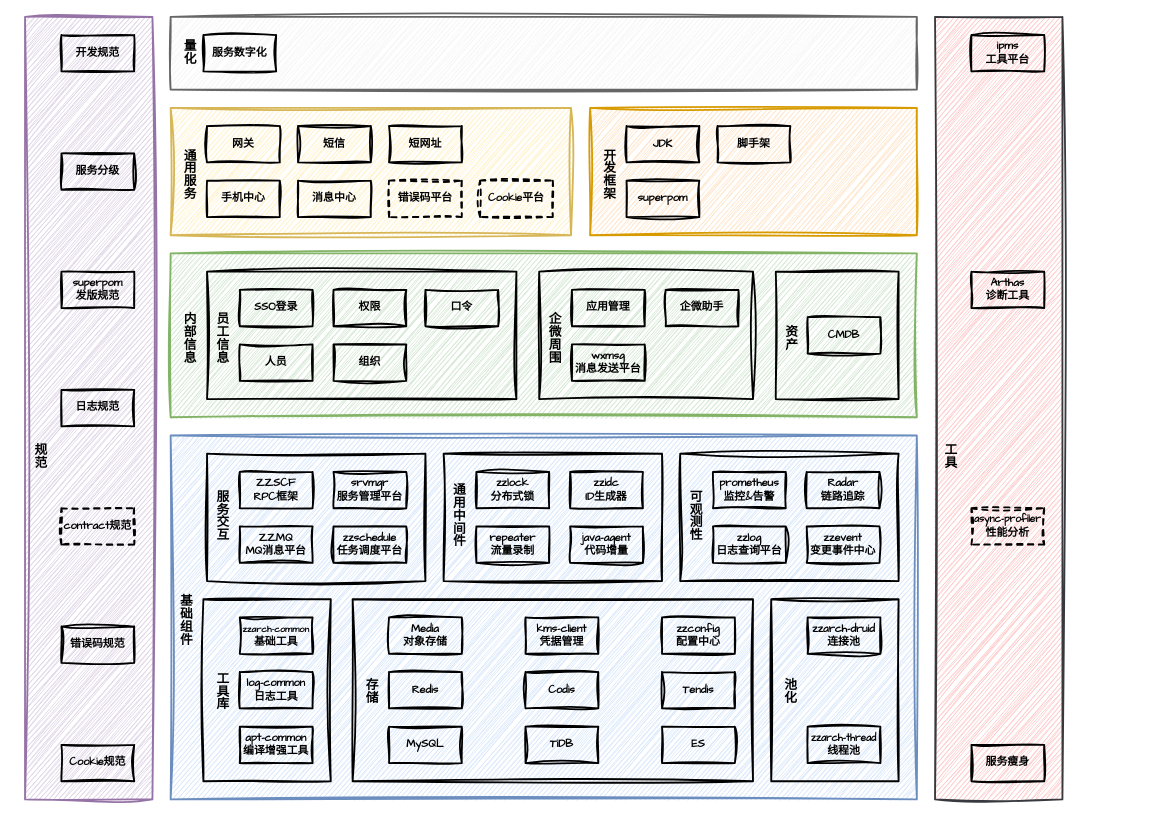
Earlier version of the draw.io diagram tech/arch/架构部技术体系.drawio (zhuanzhuan-tech/arch-draw-io). Source tidied: cells renumbered, new cells numbered last; positions are measured from the earlier drawing's top-left corner, leaving out a move shared by most shapes. Both pictures are drawn from the tidied source at 91%, with x=0, y=0 at pixel (15, 16).
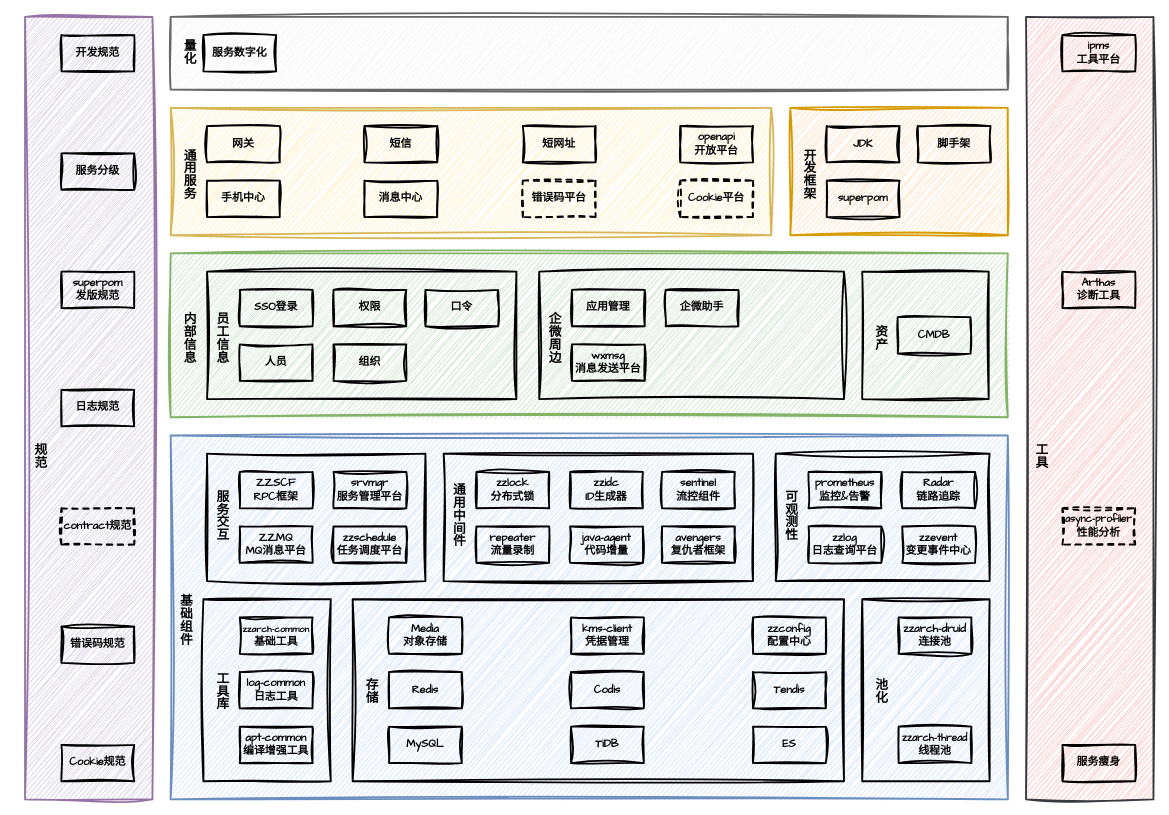
Above is the later version.

Commit message (it also covers changes not shown here):
更新架构部技术体系.drawio

Change to the diagram source:
```diff
@@
     <mxCell id="2" style="rounded=0;whiteSpace=wrap;html=1;sketch=1;hachureGap=4;jiggle=2;curveFitting=1;fontFamily=Architects Daughter;fillColor=#d5e8d4;fontStyle=0;strokeWidth=2;strokeColor=#82b366;" parent="1" vertex="1">
-      <mxGeometry x="170" y="260" width="820" height="180" as="geometry" />
+      <mxGeometry x="170" y="260" width="920" height="180" as="geometry" />
     </mxCell>
     <mxCell id="3" style="rounded=0;whiteSpace=wrap;html=1;sketch=1;hachureGap=4;jiggle=2;curveFitting=1;fontFamily=Architects Daughter;fillColor=#dae8fc;fontStyle=0;strokeWidth=2;strokeColor=#6c8ebf;" parent="1" vertex="1">
-      <mxGeometry x="170" y="460" width="820" height="400" as="geometry" />
+      <mxGeometry x="170" y="460" width="920" height="400" as="geometry" />
     </mxCell>
     <mxCell id="4" style="rounded=0;whiteSpace=wrap;html=1;sketch=1;hachureGap=4;jiggle=2;curveFitting=1;fontFamily=Architects Daughter;fillColor=none;fontStyle=0;strokeWidth=2;" parent="1" vertex="1">
-      <mxGeometry x="830" y="640" width="140" height="200" as="geometry" />
+      <mxGeometry x="930" y="640" width="140" height="200" as="geometry" />
     </mxCell>
@@
     <mxCell id="10" style="rounded=0;whiteSpace=wrap;html=1;sketch=1;hachureGap=4;jiggle=2;curveFitting=1;fontFamily=Architects Daughter;fillColor=none;fontStyle=0;strokeWidth=2;" parent="1" vertex="1">
-      <mxGeometry x="370" y="640" width="440" height="200" as="geometry" />
+      <mxGeometry x="370" y="640" width="540" height="200" as="geometry" />
     </mxCell>
@@
     <mxCell id="13" value="&lt;b&gt;TiDB&lt;/b&gt;" style="rounded=0;whiteSpace=wrap;html=1;sketch=1;hachureGap=4;jiggle=2;curveFitting=1;fontFamily=Architects Daughter;fillColor=none;strokeWidth=2;" parent="1" vertex="1">
-      <mxGeometry x="560" y="780" width="80" height="40" as="geometry" />
+      <mxGeometry x="610" y="780" width="80" height="40" as="geometry" />
     </mxCell>
@@
     <mxCell id="15" value="&lt;b&gt;Codis&lt;/b&gt;" style="rounded=0;whiteSpace=wrap;html=1;sketch=1;hachureGap=4;jiggle=2;curveFitting=1;fontFamily=Architects Daughter;fillColor=none;strokeWidth=2;" parent="1" vertex="1">
-      <mxGeometry x="560" y="720" width="80" height="40" as="geometry" />
+      <mxGeometry x="610" y="720" width="80" height="40" as="geometry" />
     </mxCell>
     <mxCell id="16" value="&lt;b&gt;Tendis&lt;/b&gt;" style="rounded=0;whiteSpace=wrap;html=1;sketch=1;hachureGap=4;jiggle=2;curveFitting=1;fontFamily=Architects Daughter;fillColor=none;strokeWidth=2;" parent="1" vertex="1">
-      <mxGeometry x="710" y="720" width="80" height="40" as="geometry" />
+      <mxGeometry x="810" y="720" width="80" height="40" as="geometry" />
     </mxCell>
     <mxCell id="17" value="&lt;b&gt;ES&lt;/b&gt;" style="rounded=0;whiteSpace=wrap;html=1;sketch=1;hachureGap=4;jiggle=2;curveFitting=1;fontFamily=Architects Daughter;fillColor=none;strokeWidth=2;" parent="1" vertex="1">
-      <mxGeometry x="710" y="780" width="80" height="40" as="geometry" />
+      <mxGeometry x="810" y="780" width="80" height="40" as="geometry" />
     </mxCell>
@@
     <mxCell id="19" value="&lt;b&gt;kms-client&lt;/b&gt;&lt;div&gt;&lt;b&gt;凭据管理&lt;/b&gt;&lt;/div&gt;" style="rounded=0;whiteSpace=wrap;html=1;sketch=1;hachureGap=4;jiggle=2;curveFitting=1;fontFamily=Architects Daughter;fillColor=none;strokeWidth=2;" parent="1" vertex="1">
-      <mxGeometry x="560" y="660" width="80" height="40" as="geometry" />
+      <mxGeometry x="610" y="660" width="80" height="40" as="geometry" />
     </mxCell>
     <mxCell id="20" value="&lt;b&gt;zzconfig&lt;/b&gt;&lt;div&gt;&lt;b&gt;配置中心&lt;/b&gt;&lt;/div&gt;" style="rounded=0;whiteSpace=wrap;html=1;sketch=1;hachureGap=4;jiggle=2;curveFitting=1;fontFamily=Architects Daughter;fillColor=none;strokeWidth=2;" parent="1" vertex="1">
-      <mxGeometry x="710" y="660" width="80" height="40" as="geometry" />
+      <mxGeometry x="810" y="660" width="80" height="40" as="geometry" />
     </mxCell>
@@
     <mxCell id="22" value="&lt;font&gt;&lt;b style=&quot;&quot;&gt;zzarch-druid&lt;/b&gt;&lt;/font&gt;&lt;div&gt;&lt;b&gt;&lt;font&gt;连接池&lt;/font&gt;&lt;/b&gt;&lt;/div&gt;" style="rounded=0;whiteSpace=wrap;html=1;sketch=1;hachureGap=4;jiggle=2;curveFitting=1;fontFamily=Architects Daughter;fillColor=none;strokeWidth=2;" parent="1" vertex="1">
-      <mxGeometry x="870" y="660" width="80" height="40" as="geometry" />
+      <mxGeometry x="970" y="660" width="80" height="40" as="geometry" />
     </mxCell>
     <mxCell id="23" value="&lt;font style=&quot;font-size: 11px;&quot;&gt;&lt;b&gt;zzarch-thread&lt;/b&gt;&lt;/font&gt;&lt;div&gt;&lt;b style=&quot;background-color: transparent; color: light-dark(rgb(0, 0, 0), rgb(255, 255, 255));&quot;&gt;线程池&lt;/b&gt;&lt;/div&gt;" style="rounded=0;whiteSpace=wrap;html=1;sketch=1;hachureGap=4;jiggle=2;curveFitting=1;fontFamily=Architects Daughter;fillColor=none;strokeWidth=2;" parent="1" vertex="1">
-      <mxGeometry x="870" y="780" width="80" height="40" as="geometry" />
+      <mxGeometry x="970" y="780" width="80" height="40" as="geometry" />
     </mxCell>
@@
     <mxCell id="25" value="&lt;font style=&quot;font-size: 14px;&quot;&gt;&lt;b&gt;池化&lt;/b&gt;&lt;/font&gt;" style="text;html=1;align=center;verticalAlign=middle;strokeColor=none;fillColor=none;fontFamily=Architects Daughter;horizontal=1;textDirection=vertical-lr;" parent="1" vertex="1">
-      <mxGeometry x="824" y="738" width="50" height="30" as="geometry" />
+      <mxGeometry x="924" y="738" width="50" height="30" as="geometry" />
     </mxCell>
@@
     <mxCell id="30" style="rounded=0;whiteSpace=wrap;html=1;sketch=1;hachureGap=4;jiggle=2;curveFitting=1;fontFamily=Architects Daughter;fillColor=none;fontStyle=0;strokeWidth=2;" parent="1" vertex="1">
-      <mxGeometry x="470" y="480" width="240" height="140" as="geometry" />
+      <mxGeometry x="470" y="480" width="340" height="140" as="geometry" />
     </mxCell>
@@
     <mxCell id="36" style="rounded=0;whiteSpace=wrap;html=1;sketch=1;hachureGap=4;jiggle=2;curveFitting=1;fontFamily=Architects Daughter;fillColor=none;fontStyle=0;strokeWidth=2;" parent="1" vertex="1">
-      <mxGeometry x="730" y="480" width="240" height="140" as="geometry" />
+      <mxGeometry x="835" y="480" width="235" height="140" as="geometry" />
     </mxCell>
     <mxCell id="37" value="&lt;span style=&quot;font-size: 14px;&quot;&gt;&lt;b&gt;可观测性&lt;/b&gt;&lt;/span&gt;" style="text;html=1;align=center;verticalAlign=middle;strokeColor=none;fillColor=none;fontFamily=Architects Daughter;horizontal=1;textDirection=vertical-lr;" parent="1" vertex="1">
-      <mxGeometry x="705" y="545" width="80" height="30" as="geometry" />
+      <mxGeometry x="810" y="545" width="80" height="30" as="geometry" />
     </mxCell>
     <mxCell id="38" value="&lt;b&gt;zzlog&lt;/b&gt;&lt;div&gt;&lt;b style=&quot;background-color: transparent; color: light-dark(rgb(0, 0, 0), rgb(255, 255, 255));&quot;&gt;日志查询平台&lt;/b&gt;&lt;/div&gt;" style="rounded=0;whiteSpace=wrap;html=1;sketch=1;hachureGap=4;jiggle=2;curveFitting=1;fontFamily=Architects Daughter;fillColor=none;strokeWidth=2;" parent="1" vertex="1">
-      <mxGeometry x="766" y="560" width="80" height="40" as="geometry" />
+      <mxGeometry x="871" y="560" width="80" height="40" as="geometry" />
     </mxCell>
     <mxCell id="39" value="&lt;b&gt;zzevent&lt;/b&gt;&lt;div&gt;&lt;b style=&quot;background-color: transparent; color: light-dark(rgb(0, 0, 0), rgb(255, 255, 255));&quot;&gt;变更事件中心&lt;/b&gt;&lt;/div&gt;" style="rounded=0;whiteSpace=wrap;html=1;sketch=1;hachureGap=4;jiggle=2;curveFitting=1;fontFamily=Architects Daughter;fillColor=none;strokeWidth=2;" parent="1" vertex="1">
-      <mxGeometry x="869" y="560" width="80" height="40" as="geometry" />
+      <mxGeometry x="974" y="560" width="80" height="40" as="geometry" />
     </mxCell>
     <mxCell id="40" value="&lt;b&gt;prometheus&lt;/b&gt;&lt;div&gt;&lt;b&gt;监控&amp;amp;告警&lt;/b&gt;&lt;/div&gt;" style="rounded=0;whiteSpace=wrap;html=1;sketch=1;hachureGap=4;jiggle=2;curveFitting=1;fontFamily=Architects Daughter;fillColor=none;strokeWidth=2;" parent="1" vertex="1">
-      <mxGeometry x="766" y="500" width="80" height="40" as="geometry" />
+      <mxGeometry x="871" y="500" width="80" height="40" as="geometry" />
     </mxCell>
     <mxCell id="41" value="&lt;b&gt;Radar&lt;/b&gt;&lt;div&gt;&lt;b&gt;链路追踪&lt;/b&gt;&lt;/div&gt;" style="rounded=0;whiteSpace=wrap;html=1;sketch=1;hachureGap=4;jiggle=2;curveFitting=1;fontFamily=Architects Daughter;fillColor=none;strokeWidth=2;" parent="1" vertex="1">
-      <mxGeometry x="869" y="500" width="80" height="40" as="geometry" />
+      <mxGeometry x="974" y="500" width="80" height="40" as="geometry" />
     </mxCell>
@@
     <mxCell id="50" style="rounded=0;whiteSpace=wrap;html=1;sketch=1;hachureGap=4;jiggle=2;curveFitting=1;fontFamily=Architects Daughter;fillColor=none;fontStyle=0;strokeWidth=2;" parent="1" vertex="1">
-      <mxGeometry x="575" y="280" width="235" height="140" as="geometry" />
+      <mxGeometry x="575" y="280" width="335" height="140" as="geometry" />
     </mxCell>
-    <mxCell id="51" value="&lt;span style=&quot;font-size: 14px;&quot;&gt;&lt;b&gt;企微周围&lt;/b&gt;&lt;/span&gt;" style="text;html=1;align=center;verticalAlign=middle;strokeColor=none;fillColor=none;fontFamily=Architects Daughter;horizontal=1;textDirection=vertical-lr;" parent="1" vertex="1">
+    <mxCell id="51" value="&lt;span style=&quot;font-size: 14px;&quot;&gt;&lt;b&gt;企微周边&lt;/b&gt;&lt;/span&gt;" style="text;html=1;align=center;verticalAlign=middle;strokeColor=none;fillColor=none;fontFamily=Architects Daughter;horizontal=1;textDirection=vertical-lr;" parent="1" vertex="1">
       <mxGeometry x="550" y="350" width="80" height="30" as="geometry" />
     </mxCell>
@@
     <mxCell id="55" style="rounded=0;whiteSpace=wrap;html=1;sketch=1;hachureGap=4;jiggle=2;curveFitting=1;fontFamily=Architects Daughter;fillColor=none;fontStyle=0;strokeWidth=2;" parent="1" vertex="1">
-      <mxGeometry x="835" y="280" width="135" height="140" as="geometry" />
+      <mxGeometry x="930" y="280" width="139" height="140" as="geometry" />
     </mxCell>
     <mxCell id="56" value="&lt;span style=&quot;font-size: 14px;&quot;&gt;&lt;b&gt;资产&lt;/b&gt;&lt;/span&gt;" style="text;html=1;align=center;verticalAlign=middle;strokeColor=none;fillColor=none;fontFamily=Architects Daughter;horizontal=1;textDirection=vertical-lr;" parent="1" vertex="1">
-      <mxGeometry x="825" y="350" width="50" height="30" as="geometry" />
+      <mxGeometry x="924" y="350" width="50" height="30" as="geometry" />
     </mxCell>
     <mxCell id="57" value="&lt;b&gt;CMDB&lt;/b&gt;" style="rounded=0;whiteSpace=wrap;html=1;sketch=1;hachureGap=4;jiggle=2;curveFitting=1;fontFamily=Architects Daughter;fillColor=none;strokeWidth=2;" parent="1" vertex="1">
-      <mxGeometry x="870" y="330" width="80" height="40" as="geometry" />
+      <mxGeometry x="969" y="330" width="80" height="40" as="geometry" />
     </mxCell>
@@
     <mxCell id="59" style="rounded=0;whiteSpace=wrap;html=1;sketch=1;hachureGap=4;jiggle=2;curveFitting=1;fontFamily=Architects Daughter;fillColor=#fff2cc;fontStyle=0;strokeWidth=2;strokeColor=#d6b656;" parent="1" vertex="1">
-      <mxGeometry x="170" y="100" width="440" height="140" as="geometry" />
+      <mxGeometry x="170" y="100" width="660" height="140" as="geometry" />
     </mxCell>
     <mxCell id="60" value="&lt;b&gt;短网址&lt;/b&gt;" style="rounded=0;whiteSpace=wrap;html=1;sketch=1;hachureGap=4;jiggle=2;curveFitting=1;fontFamily=Architects Daughter;fillColor=none;strokeWidth=2;" parent="1" vertex="1">
-      <mxGeometry x="410" y="120" width="80" height="40" as="geometry" />
+      <mxGeometry x="557" y="120" width="80" height="40" as="geometry" />
     </mxCell>
@@
     <mxCell id="63" value="&lt;b&gt;短信&lt;/b&gt;" style="rounded=0;whiteSpace=wrap;html=1;sketch=1;hachureGap=4;jiggle=2;curveFitting=1;fontFamily=Architects Daughter;fillColor=none;strokeWidth=2;" parent="1" vertex="1">
-      <mxGeometry x="310" y="120" width="80" height="40" as="geometry" />
+      <mxGeometry x="383" y="120" width="80" height="40" as="geometry" />
     </mxCell>
     <mxCell id="64" value="&lt;b&gt;消息中心&lt;/b&gt;" style="rounded=0;whiteSpace=wrap;html=1;sketch=1;hachureGap=4;jiggle=2;curveFitting=1;fontFamily=Architects Daughter;fillColor=none;strokeWidth=2;" parent="1" vertex="1">
-      <mxGeometry x="310" y="180" width="80" height="40" as="geometry" />
+      <mxGeometry x="383" y="180" width="80" height="40" as="geometry" />
     </mxCell>
@@
     <mxCell id="66" value="&lt;b&gt;错误码平台&lt;/b&gt;" style="rounded=0;whiteSpace=wrap;html=1;sketch=1;hachureGap=4;jiggle=2;curveFitting=1;fontFamily=Architects Daughter;fillColor=none;strokeWidth=2;dashed=1;" parent="1" vertex="1">
-      <mxGeometry x="410" y="180" width="80" height="40" as="geometry" />
+      <mxGeometry x="557" y="180" width="80" height="40" as="geometry" />
     </mxCell>
     <mxCell id="67" value="&lt;b&gt;Cookie平台&lt;/b&gt;" style="rounded=0;whiteSpace=wrap;html=1;sketch=1;hachureGap=4;jiggle=2;curveFitting=1;fontFamily=Architects Daughter;fillColor=none;strokeWidth=2;dashed=1;" parent="1" vertex="1">
-      <mxGeometry x="510" y="180" width="80" height="40" as="geometry" />
+      <mxGeometry x="730" y="180" width="80" height="40" as="geometry" />
     </mxCell>
     <mxCell id="68" style="rounded=0;whiteSpace=wrap;html=1;sketch=1;hachureGap=4;jiggle=2;curveFitting=1;fontFamily=Architects Daughter;fillColor=#ffe6cc;fontStyle=0;strokeWidth=2;strokeColor=#d79b00;" parent="1" vertex="1">
-      <mxGeometry x="631" y="100" width="359" height="140" as="geometry" />
+      <mxGeometry x="851" y="100" width="239" height="140" as="geometry" />
     </mxCell>
     <mxCell id="69" value="&lt;b&gt;superpom&lt;/b&gt;" style="rounded=0;whiteSpace=wrap;html=1;sketch=1;hachureGap=4;jiggle=2;curveFitting=1;fontFamily=Architects Daughter;fillColor=none;strokeWidth=2;" parent="1" vertex="1">
-      <mxGeometry x="671" y="180" width="80" height="40" as="geometry" />
+      <mxGeometry x="891" y="180" width="80" height="40" as="geometry" />
     </mxCell>
     <mxCell id="70" value="&lt;b&gt;JDK&lt;/b&gt;" style="rounded=0;whiteSpace=wrap;html=1;sketch=1;hachureGap=4;jiggle=2;curveFitting=1;fontFamily=Architects Daughter;fillColor=none;strokeWidth=2;" parent="1" vertex="1">
-      <mxGeometry x="671" y="120" width="80" height="40" as="geometry" />
+      <mxGeometry x="891" y="120" width="80" height="40" as="geometry" />
     </mxCell>
     <mxCell id="71" value="&lt;b&gt;脚手架&lt;/b&gt;" style="rounded=0;whiteSpace=wrap;html=1;sketch=1;hachureGap=4;jiggle=2;curveFitting=1;fontFamily=Architects Daughter;fillColor=none;strokeWidth=2;" parent="1" vertex="1">
-      <mxGeometry x="771" y="120" width="80" height="40" as="geometry" />
+      <mxGeometry x="991" y="120" width="80" height="40" as="geometry" />
     </mxCell>
     <mxCell id="72" value="&lt;font style=&quot;font-size: 14px;&quot;&gt;&lt;b&gt;开发框架&lt;/b&gt;&lt;/font&gt;" style="text;html=1;align=center;verticalAlign=middle;strokeColor=none;fillColor=none;fontFamily=Architects Daughter;horizontal=1;textDirection=vertical-lr;" parent="1" vertex="1">
-      <mxGeometry x="610" y="170" width="80" height="30" as="geometry" />
+      <mxGeometry x="830" y="170" width="80" height="30" as="geometry" />
     </mxCell>
@@
     <mxCell id="82" style="rounded=0;whiteSpace=wrap;html=1;sketch=1;hachureGap=4;jiggle=2;curveFitting=1;fontFamily=Architects Daughter;fillColor=#f5f5f5;fontStyle=0;strokeWidth=2;strokeColor=#666666;fontColor=#333333;" parent="1" vertex="1">
-      <mxGeometry x="170" width="820" height="80" as="geometry" />
+      <mxGeometry x="170" width="920" height="80" as="geometry" />
     </mxCell>
@@
     <mxCell id="85" style="rounded=0;whiteSpace=wrap;html=1;sketch=1;hachureGap=4;jiggle=2;curveFitting=1;fontFamily=Architects Daughter;fontStyle=0;strokeWidth=2;fillColor=#ffcccc;strokeColor=#36393d;" parent="1" vertex="1">
-      <mxGeometry x="1010" width="140" height="860" as="geometry" />
+      <mxGeometry x="1110" width="140" height="860" as="geometry" />
     </mxCell>
     <mxCell id="86" value="&lt;span style=&quot;font-size: 14px;&quot;&gt;&lt;b&gt;工具&lt;/b&gt;&lt;/span&gt;" style="text;html=1;align=center;verticalAlign=middle;strokeColor=none;fillColor=none;fontFamily=Architects Daughter;horizontal=1;textDirection=vertical-lr;" parent="1" vertex="1">
-      <mxGeometry x="1000" y="480" width="50" height="30" as="geometry" />
+      <mxGeometry x="1100" y="480" width="50" height="30" as="geometry" />
     </mxCell>
     <mxCell id="87" value="&lt;b&gt;ipms&lt;/b&gt;&lt;div&gt;&lt;b&gt;工具平台&lt;/b&gt;&lt;/div&gt;" style="rounded=0;whiteSpace=wrap;html=1;sketch=1;hachureGap=4;jiggle=2;curveFitting=1;fontFamily=Architects Daughter;fillColor=none;strokeWidth=2;" parent="1" vertex="1">
-      <mxGeometry x="1050" y="20" width="80" height="40" as="geometry" />
+      <mxGeometry x="1150" y="20" width="80" height="40" as="geometry" />
     </mxCell>
     <mxCell id="88" value="&lt;b&gt;Arthas&lt;/b&gt;&lt;div&gt;&lt;b&gt;诊断工具&lt;/b&gt;&lt;/div&gt;" style="rounded=0;whiteSpace=wrap;html=1;sketch=1;hachureGap=4;jiggle=2;curveFitting=1;fontFamily=Architects Daughter;fillColor=none;strokeWidth=2;" parent="1" vertex="1">
-      <mxGeometry x="1050" y="280" width="80" height="40" as="geometry" />
+      <mxGeometry x="1150" y="280" width="80" height="40" as="geometry" />
     </mxCell>
     <mxCell id="89" value="&lt;b&gt;&lt;font style=&quot;font-size: 11px;&quot;&gt;async-profiler&lt;/font&gt;&lt;/b&gt;&lt;div&gt;&lt;b&gt;性能分析&lt;/b&gt;&lt;/div&gt;" style="rounded=0;whiteSpace=wrap;html=1;sketch=1;hachureGap=4;jiggle=2;curveFitting=1;fontFamily=Architects Daughter;fillColor=none;strokeWidth=2;dashed=1;" parent="1" vertex="1">
-      <mxGeometry x="1050" y="540" width="80" height="40" as="geometry" />
+      <mxGeometry x="1150" y="540" width="80" height="40" as="geometry" />
     </mxCell>
     <mxCell id="90" value="&lt;b&gt;服务瘦身&lt;/b&gt;" style="rounded=0;whiteSpace=wrap;html=1;sketch=1;hachureGap=4;jiggle=2;curveFitting=1;fontFamily=Architects Daughter;fillColor=none;strokeWidth=2;" parent="1" vertex="1">
-      <mxGeometry x="1050" y="800" width="80" height="40" as="geometry" />
+      <mxGeometry x="1150" y="800" width="80" height="40" as="geometry" />
     </mxCell>
+    <mxCell id="91" value="&lt;b&gt;sentinel&lt;/b&gt;&lt;div&gt;&lt;b style=&quot;background-color: transparent; color: light-dark(rgb(0, 0, 0), rgb(255, 255, 255));&quot;&gt;流控组件&lt;/b&gt;&lt;/div&gt;" style="rounded=0;whiteSpace=wrap;html=1;sketch=1;hachureGap=4;jiggle=2;curveFitting=1;fontFamily=Architects Daughter;fillColor=none;strokeWidth=2;" parent="1" vertex="1">
+      <mxGeometry x="710" y="500" width="80" height="40" as="geometry" />
+    </mxCell>
+    <mxCell id="92" value="&lt;b&gt;avengers&lt;/b&gt;&lt;div&gt;&lt;b&gt;复仇者框架&lt;/b&gt;&lt;/div&gt;" style="rounded=0;whiteSpace=wrap;html=1;sketch=1;hachureGap=4;jiggle=2;curveFitting=1;fontFamily=Architects Daughter;fillColor=none;strokeWidth=2;" parent="1" vertex="1">
+      <mxGeometry x="710" y="560" width="80" height="40" as="geometry" />
+    </mxCell>
+    <mxCell id="93" value="&lt;b&gt;openapi&lt;/b&gt;&lt;div&gt;&lt;b&gt;开放平台&lt;/b&gt;&lt;/div&gt;" style="rounded=0;whiteSpace=wrap;html=1;sketch=1;hachureGap=4;jiggle=2;curveFitting=1;fontFamily=Architects Daughter;fillColor=none;strokeWidth=2;" parent="1" vertex="1">
+      <mxGeometry x="730" y="120" width="80" height="40" as="geometry" />
+    </mxCell>
```
